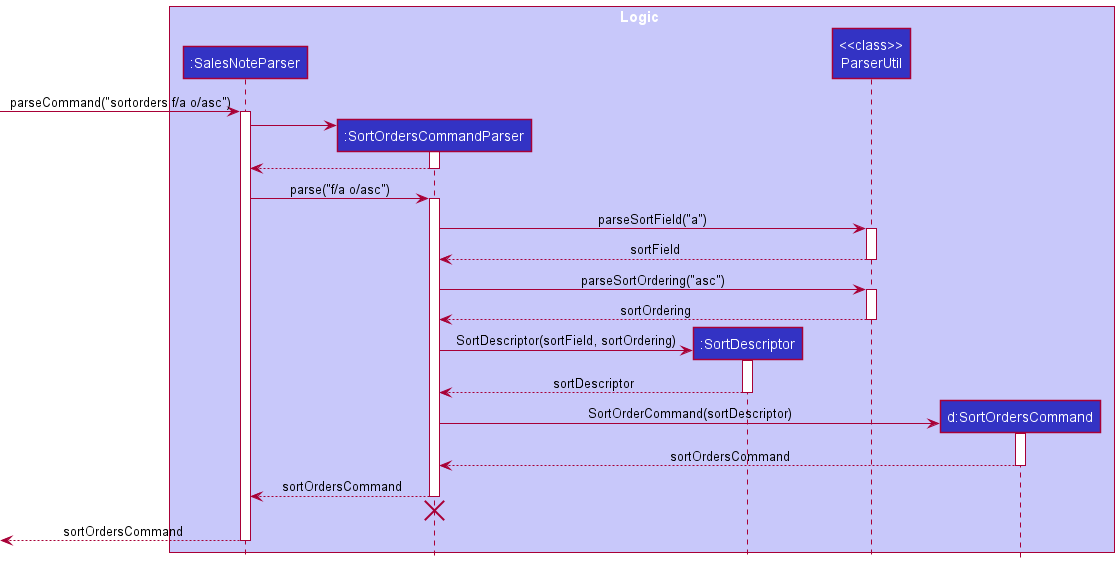
Earlier version of the PlantUML export docs/images/SortOrdersParserSequenceDiagram.png (nus-cs2103-AY2122S1/tp). The source it was exported from:
```plantuml
@startuml

!include style.puml

box Logic LOGIC_COLOR_T1
participant ":SalesNoteParser" as SalesNoteParser LOGIC_COLOR
participant ":SortOrdersCommandParser" as SortOrdersCommandParser LOGIC_COLOR
participant ":SortDescriptor" as SortDescriptor LOGIC_COLOR
participant "<<class>>\nParserUtil" as ParserUtil LOGIC_COLOR
participant "d:SortOrdersCommand" as SortOrderCommand LOGIC_COLOR
end box

-> SalesNoteParser : parseCommand("sortorders f/a o/asc")
activate SalesNoteParser

create SortOrdersCommandParser
SalesNoteParser -> SortOrdersCommandParser
activate SortOrdersCommandParser

SortOrdersCommandParser --> SalesNoteParser
deactivate SortOrdersCommandParser

SalesNoteParser -> SortOrdersCommandParser : parse("f/a o/asc")
activate SortOrdersCommandParser

SortOrdersCommandParser -> ParserUtil  : parseSortField("a")
activate ParserUtil

ParserUtil --> SortOrdersCommandParser : sortField
deactivate ParserUtil

SortOrdersCommandParser -> ParserUtil  : parseSortOrdering("asc")
activate ParserUtil

ParserUtil --> SortOrdersCommandParser : sortOrdering
deactivate ParserUtil

create SortDescriptor
SortOrdersCommandParser -> SortDescriptor  : SortDescriptor(sortField, sortOrdering)
activate SortDescriptor

SortDescriptor --> SortOrdersCommandParser : sortDescriptor
deactivate SortDescriptor

create SortOrderCommand
SortOrdersCommandParser -> SortOrderCommand  : SortOrderCommand(sortDescriptor)
activate SortOrderCommand

SortOrderCommand --> SortOrdersCommandParser : sortOrdersCommand
deactivate SortOrderCommand

SortOrdersCommandParser --> SalesNoteParser : sortOrdersCommand
deactivate SortOrdersCommandParser

SortOrdersCommandParser -[hidden]-> SalesNoteParser
destroy SortOrdersCommandParser

<-- SalesNoteParser : sortOrdersCommand
deactivate SalesNoteParser

@enduml
```
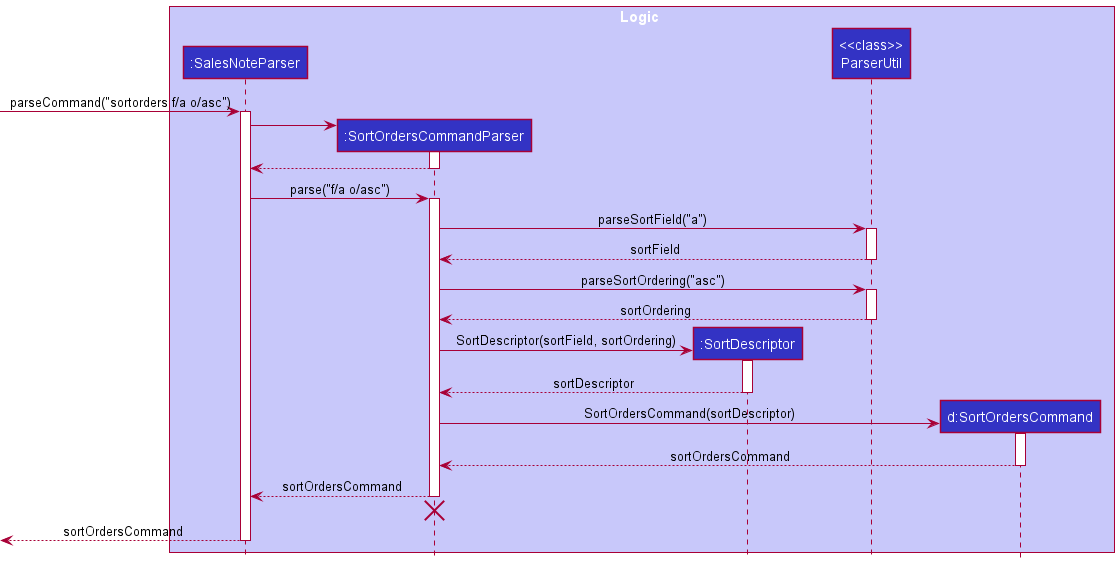
After the commit.

Commit message:
Naming fix in SortOrdersParserSequenceDiagram

What changed in the source:
```diff
@@ -7,7 +7,7 @@
 participant ":SortOrdersCommandParser" as SortOrdersCommandParser LOGIC_COLOR
 participant ":SortDescriptor" as SortDescriptor LOGIC_COLOR
 participant "<<class>>\nParserUtil" as ParserUtil LOGIC_COLOR
-participant "d:SortOrdersCommand" as SortOrderCommand LOGIC_COLOR
+participant "d:SortOrdersCommand" as SortOrdersCommand LOGIC_COLOR
 end box
 
 -> SalesNoteParser : parseCommand("sortorders f/a o/asc")
@@ -42,12 +42,12 @@
 SortDescriptor --> SortOrdersCommandParser : sortDescriptor
 deactivate SortDescriptor
 
-create SortOrderCommand
-SortOrdersCommandParser -> SortOrderCommand  : SortOrderCommand(sortDescriptor)
-activate SortOrderCommand
+create SortOrdersCommand
+SortOrdersCommandParser -> SortOrdersCommand  : SortOrdersCommand(sortDescriptor)
+activate SortOrdersCommand
 
-SortOrderCommand --> SortOrdersCommandParser : sortOrdersCommand
-deactivate SortOrderCommand
+SortOrdersCommand --> SortOrdersCommandParser : sortOrdersCommand
+deactivate SortOrdersCommand
 
 SortOrdersCommandParser --> SalesNoteParser : sortOrdersCommand
 deactivate SortOrdersCommandParser
```
